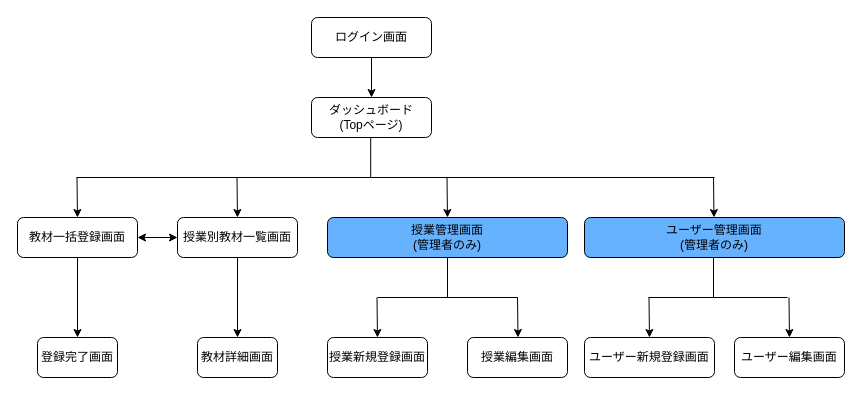
Before: screen_transition.drawio in kentsu0901/kyozai_link, a draw.io diagram. Source tidied: cells renumbered, new cells numbered last; positions are measured from the earlier drawing's top-left corner, leaving out a move shared by most shapes. Both pictures are drawn from the tidied source at 100%, with x=0, y=0 at pixel (17, 17).
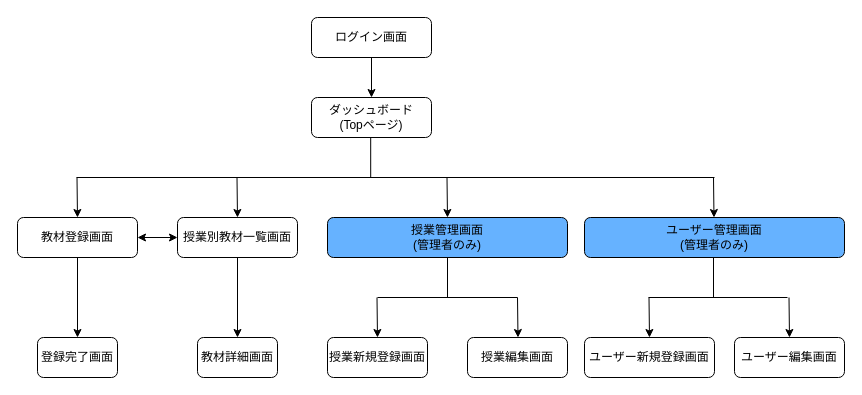
The same diagram, later.

What changed in the source:
```diff
@@
-    <mxCell id="7" value="教材一括登録画面" style="rounded=1;whiteSpace=wrap;html=1;" parent="1" vertex="1">
+    <mxCell id="7" value="教材登録画面" style="rounded=1;whiteSpace=wrap;html=1;" parent="1" vertex="1">
       <mxGeometry y="200" width="120" height="40" as="geometry" />
     </mxCell>
```
